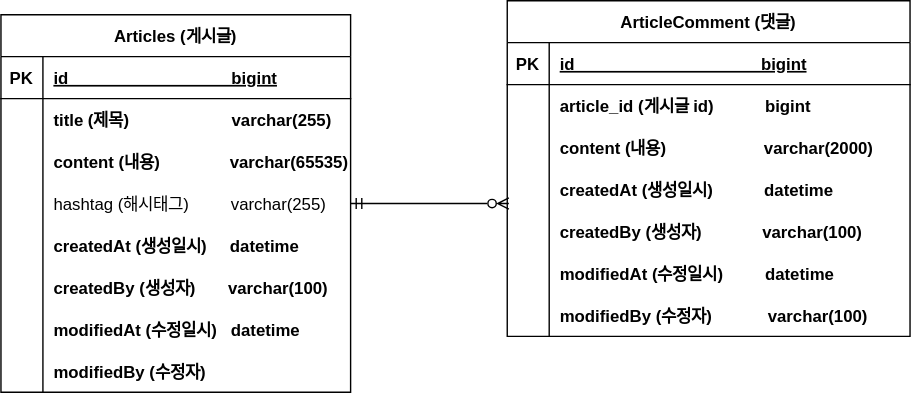
Earlier version of the draw.io export document/project-board-erd.svg (jungminji0215/board). Source tidied: cells renumbered, new cells last; positions are measured from the earlier drawing's top-left corner, leaving out a move shared by most shapes.
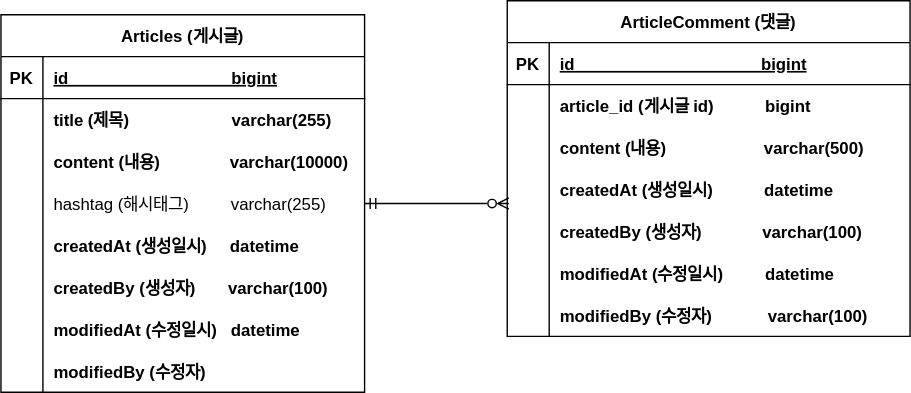
After the change.

Commit message:
#11 - erd update : content 사이즈 변경

Diff of the diagram source:
```diff
@@ -3,79 +3,79 @@
     <mxCell id="0" />
     <mxCell id="1" parent="0" />
     <mxCell id="2" value="Articles (게시글)" style="shape=table;startSize=30;rowLines=0;fontStyle=1;align=center;" parent="1" vertex="1">
-      <mxGeometry y="10" width="250" height="270" as="geometry" />
+      <mxGeometry y="10" width="260" height="270" as="geometry" />
     </mxCell>
     <mxCell id="3" style="shape=partialRectangle;fillColor=none;top=0;left=0;right=0;bottom=1;" parent="2" vertex="1">
-      <mxGeometry y="30" width="250" height="30" as="geometry" />
+      <mxGeometry y="30" width="260" height="30" as="geometry" />
     </mxCell>
     <mxCell id="4" value="PK" style="shape=partialRectangle;overflow=hidden;fillColor=none;top=0;left=0;bottom=0;right=0;fontStyle=1;" parent="3" vertex="1">
       <mxGeometry width="30" height="30" as="geometry" />
     </mxCell>
     <mxCell id="5" value="id                                   bigint" style="shape=partialRectangle;overflow=hidden;fillColor=none;top=0;left=0;bottom=0;right=0;align=left;spacingLeft=6;fontStyle=5;" parent="3" vertex="1">
-      <mxGeometry x="30" width="220" height="30" as="geometry" />
+      <mxGeometry x="30" width="230" height="30" as="geometry" />
     </mxCell>
     <mxCell id="6" style="shape=partialRectangle;fillColor=none;top=0;left=0;right=0;bottom=0;" parent="2" vertex="1">
-      <mxGeometry y="60" width="250" height="30" as="geometry" />
+      <mxGeometry y="60" width="260" height="30" as="geometry" />
     </mxCell>
     <mxCell id="7" style="shape=partialRectangle;overflow=hidden;fillColor=none;top=0;left=0;bottom=0;right=0;" parent="6" vertex="1">
       <mxGeometry width="30" height="30" as="geometry" />
     </mxCell>
     <mxCell id="8" value="title (제목)                      varchar(255)" style="shape=partialRectangle;overflow=hidden;fillColor=none;top=0;left=0;bottom=0;right=0;align=left;spacingLeft=6;fontStyle=1;" parent="6" vertex="1">
-      <mxGeometry x="30" width="220" height="30" as="geometry" />
+      <mxGeometry x="30" width="230" height="30" as="geometry" />
     </mxCell>
     <mxCell id="9" style="shape=partialRectangle;fillColor=none;top=0;left=0;right=0;bottom=0;" parent="2" vertex="1">
-      <mxGeometry y="90" width="250" height="30" as="geometry" />
+      <mxGeometry y="90" width="260" height="30" as="geometry" />
     </mxCell>
     <mxCell id="10" style="shape=partialRectangle;overflow=hidden;fillColor=none;top=0;left=0;bottom=0;right=0;" parent="9" vertex="1">
       <mxGeometry width="30" height="30" as="geometry" />
     </mxCell>
-    <mxCell id="11" value="content (내용)               varchar(65535)" style="shape=partialRectangle;overflow=hidden;fillColor=none;top=0;left=0;bottom=0;right=0;align=left;spacingLeft=6;fontStyle=1;" parent="9" vertex="1">
-      <mxGeometry x="30" width="220" height="30" as="geometry" />
+    <mxCell id="11" value="content (내용)               varchar(10000)" style="shape=partialRectangle;overflow=hidden;fillColor=none;top=0;left=0;bottom=0;right=0;align=left;spacingLeft=6;fontStyle=1;" parent="9" vertex="1">
+      <mxGeometry x="30" width="230" height="30" as="geometry" />
     </mxCell>
     <mxCell id="12" style="shape=partialRectangle;fillColor=none;points=[[0,0.5],[1,0.5]];portConstraint=eastwest;top=0;left=0;right=0;bottom=0;" parent="2" vertex="1">
-      <mxGeometry y="120" width="250" height="30" as="geometry" />
+      <mxGeometry y="120" width="260" height="30" as="geometry" />
     </mxCell>
     <mxCell id="13" style="shape=partialRectangle;overflow=hidden;fillColor=none;top=0;left=0;bottom=0;right=0;" parent="12" vertex="1">
       <mxGeometry width="30" height="30" as="geometry" />
     </mxCell>
     <mxCell id="14" value="hashtag (해시태그)         varchar(255)" style="shape=partialRectangle;overflow=hidden;fillColor=none;top=0;left=0;bottom=0;right=0;align=left;spacingLeft=6;" parent="12" vertex="1">
-      <mxGeometry x="30" width="220" height="30" as="geometry" />
+      <mxGeometry x="30" width="230" height="30" as="geometry" />
     </mxCell>
     <mxCell id="15" style="shape=partialRectangle;fillColor=none;top=0;left=0;right=0;bottom=0;" parent="2" vertex="1">
-      <mxGeometry y="150" width="250" height="30" as="geometry" />
+      <mxGeometry y="150" width="260" height="30" as="geometry" />
     </mxCell>
     <mxCell id="16" style="shape=partialRectangle;overflow=hidden;fillColor=none;top=0;left=0;bottom=0;right=0;" parent="15" vertex="1">
       <mxGeometry width="30" height="30" as="geometry" />
     </mxCell>
     <mxCell id="17" value="createdAt (생성일시)     datetime" style="shape=partialRectangle;overflow=hidden;fillColor=none;top=0;left=0;bottom=0;right=0;align=left;spacingLeft=6;fontStyle=1;" parent="15" vertex="1">
-      <mxGeometry x="30" width="220" height="30" as="geometry" />
+      <mxGeometry x="30" width="230" height="30" as="geometry" />
     </mxCell>
     <mxCell id="18" style="shape=partialRectangle;fillColor=none;top=0;left=0;right=0;bottom=0;" parent="2" vertex="1">
-      <mxGeometry y="180" width="250" height="30" as="geometry" />
+      <mxGeometry y="180" width="260" height="30" as="geometry" />
     </mxCell>
     <mxCell id="19" style="shape=partialRectangle;overflow=hidden;fillColor=none;top=0;left=0;bottom=0;right=0;" parent="18" vertex="1">
       <mxGeometry width="30" height="30" as="geometry" />
     </mxCell>
     <mxCell id="20" value="createdBy (생성자)       varchar(100)" style="shape=partialRectangle;overflow=hidden;fillColor=none;top=0;left=0;bottom=0;right=0;align=left;spacingLeft=6;fontStyle=1;" parent="18" vertex="1">
-      <mxGeometry x="30" width="220" height="30" as="geometry" />
+      <mxGeometry x="30" width="230" height="30" as="geometry" />
     </mxCell>
     <mxCell id="21" style="shape=partialRectangle;fillColor=none;top=0;left=0;right=0;bottom=0;" parent="2" vertex="1">
-      <mxGeometry y="210" width="250" height="30" as="geometry" />
+      <mxGeometry y="210" width="260" height="30" as="geometry" />
     </mxCell>
     <mxCell id="22" style="shape=partialRectangle;overflow=hidden;fillColor=none;top=0;left=0;bottom=0;right=0;" parent="21" vertex="1">
       <mxGeometry width="30" height="30" as="geometry" />
     </mxCell>
     <mxCell id="23" value="modifiedAt (수정일시)   datetime" style="shape=partialRectangle;overflow=hidden;fillColor=none;top=0;left=0;bottom=0;right=0;align=left;spacingLeft=6;fontStyle=1;" parent="21" vertex="1">
-      <mxGeometry x="30" width="220" height="30" as="geometry" />
+      <mxGeometry x="30" width="230" height="30" as="geometry" />
     </mxCell>
     <mxCell id="24" style="shape=partialRectangle;fillColor=none;top=0;left=0;right=0;bottom=0;" parent="2" vertex="1">
-      <mxGeometry y="240" width="250" height="30" as="geometry" />
+      <mxGeometry y="240" width="260" height="30" as="geometry" />
     </mxCell>
     <mxCell id="25" style="shape=partialRectangle;overflow=hidden;fillColor=none;top=0;left=0;bottom=0;right=0;" parent="24" vertex="1">
       <mxGeometry width="30" height="30" as="geometry" />
     </mxCell>
     <mxCell id="26" value="modifiedBy (수정자)" style="shape=partialRectangle;overflow=hidden;fillColor=none;top=0;left=0;bottom=0;right=0;align=left;spacingLeft=6;fontStyle=1;" parent="24" vertex="1">
-      <mxGeometry x="30" width="220" height="30" as="geometry" />
+      <mxGeometry x="30" width="230" height="30" as="geometry" />
     </mxCell>
     <mxCell id="27" value="ArticleComment (댓글)" style="shape=table;startSize=30;rowLines=0;fontStyle=1;align=center;" parent="1" vertex="1">
       <mxGeometry x="362" width="288" height="240" as="geometry" />
@@ -104,7 +104,7 @@
     <mxCell id="35" style="shape=partialRectangle;overflow=hidden;fillColor=none;top=0;left=0;bottom=0;right=0;" parent="34" vertex="1">
       <mxGeometry width="30" height="30" as="geometry" />
     </mxCell>
-    <mxCell id="36" value="content (내용)                     varchar(2000)" style="shape=partialRectangle;overflow=hidden;fillColor=none;top=0;left=0;bottom=0;right=0;align=left;spacingLeft=6;fontStyle=1;" parent="34" vertex="1">
+    <mxCell id="36" value="content (내용)                     varchar(500)" style="shape=partialRectangle;overflow=hidden;fillColor=none;top=0;left=0;bottom=0;right=0;align=left;spacingLeft=6;fontStyle=1;" parent="34" vertex="1">
       <mxGeometry x="30" width="258" height="30" as="geometry" />
     </mxCell>
     <mxCell id="37" style="shape=partialRectangle;fillColor=none;points=[[0,0.5],[1,0.5]];portConstraint=eastwest;top=0;left=0;right=0;bottom=0;" parent="27" vertex="1">
```
